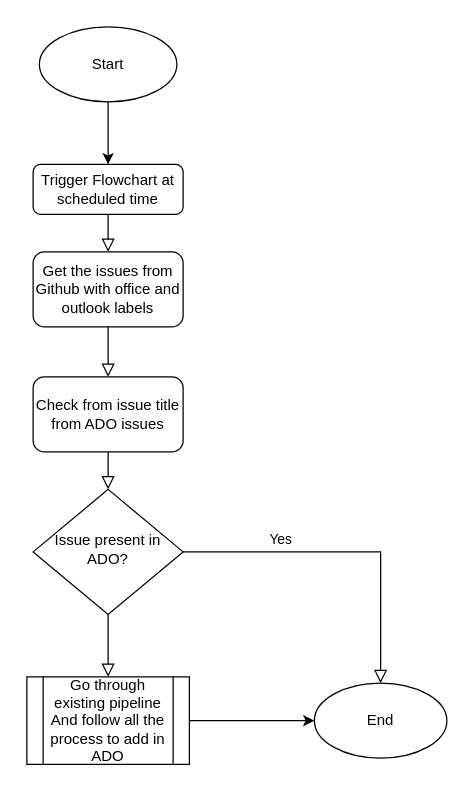
The draw.io diagram Untitled Diagram.drawio in contactsmriti/extensibilityMS, before the edit. Source tidied: cells renumbered, new cells numbered last; positions are measured from the earlier drawing's top-left corner, leaving out a move shared by most shapes. Both pictures are drawn from the tidied source at 125%, with x=0, y=0 at pixel (26, 26).
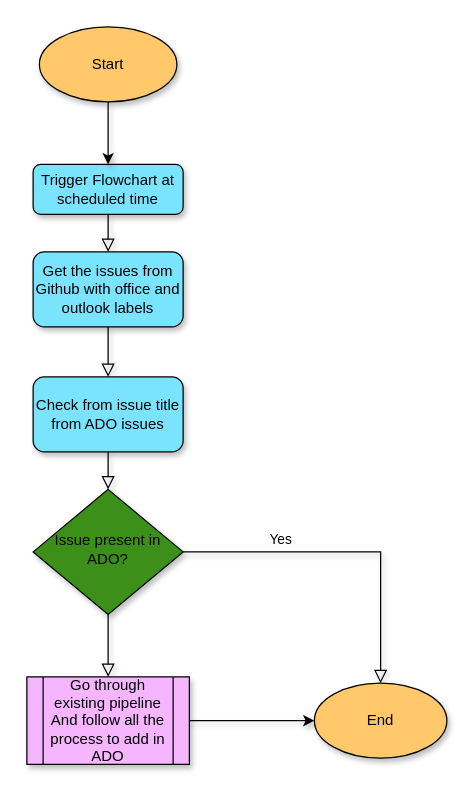
Above is the later version.

What changed in the source:
```diff
@@
 <mxGraphModel>
   <root>
     <mxCell id="0" />
     <mxCell id="1" parent="0" />
-    <mxCell id="2" style="rounded=0;html=1;jettySize=auto;fontSize=11;endArrow=block;endFill=0;endSize=8;strokeWidth=1;shadow=0;labelBackgroundColor=none;edgeStyle=orthogonalEdgeStyle;" parent="1" edge="1" source="9" target="5">
+    <mxCell id="2" style="rounded=0;html=1;jettySize=auto;fontSize=11;endArrow=block;endFill=0;endSize=8;strokeWidth=1;shadow=1;labelBackgroundColor=none;edgeStyle=orthogonalEdgeStyle;" parent="1" edge="1" source="9" target="5">
       <mxGeometry relative="1" as="geometry" />
     </mxCell>
-    <mxCell id="3" value="Trigger Flowchart at scheduled time" style="rounded=1;whiteSpace=wrap;html=1;fontSize=12;glass=0;strokeWidth=1;shadow=0;" parent="1" vertex="1">
+    <mxCell id="3" value="Trigger Flowchart at scheduled time" style="rounded=1;whiteSpace=wrap;html=1;fontSize=12;glass=0;strokeWidth=1;shadow=1;fillColor=#7AE4FF;" parent="1" vertex="1">
       <mxGeometry x="5" y="110" width="120" height="40" as="geometry" />
     </mxCell>
-    <mxCell id="4" value="Yes" style="rounded=0;html=1;jettySize=auto;fontSize=11;endArrow=block;endFill=0;endSize=8;strokeWidth=1;shadow=0;labelBackgroundColor=none;edgeStyle=orthogonalEdgeStyle;entryX=0.5;entryY=0;entryDx=0;entryDy=0;" parent="1" edge="1" source="5" target="10">
+    <mxCell id="4" value="Yes" style="rounded=0;html=1;jettySize=auto;fontSize=11;endArrow=block;endFill=0;endSize=8;strokeWidth=1;shadow=1;labelBackgroundColor=none;edgeStyle=orthogonalEdgeStyle;entryX=0.5;entryY=0;entryDx=0;entryDy=0;" parent="1" edge="1" source="5" target="10">
       <mxGeometry x="-0.41" y="10" relative="1" as="geometry" />
     </mxCell>
-    <mxCell id="5" value="Issue present in ADO?" style="rhombus;whiteSpace=wrap;html=1;shadow=0;fontFamily=Helvetica;fontSize=12;align=center;strokeWidth=1;spacing=6;spacingTop=-4;" parent="1" vertex="1">
+    <mxCell id="5" value="Issue present in ADO?" style="rhombus;whiteSpace=wrap;html=1;shadow=1;fontFamily=Helvetica;fontSize=12;align=center;strokeWidth=1;spacing=6;spacingTop=-4;fillColor=#3C8F18;" parent="1" vertex="1">
       <mxGeometry x="5" y="370" width="120" height="100" as="geometry" />
     </mxCell>
-    <mxCell id="6" style="rounded=0;html=1;jettySize=auto;fontSize=11;endArrow=block;endFill=0;endSize=8;strokeWidth=1;shadow=0;labelBackgroundColor=none;edgeStyle=orthogonalEdgeStyle;" parent="1" edge="1" source="3" target="7">
+    <mxCell id="6" style="rounded=0;html=1;jettySize=auto;fontSize=11;endArrow=block;endFill=0;endSize=8;strokeWidth=1;shadow=1;labelBackgroundColor=none;edgeStyle=orthogonalEdgeStyle;" parent="1" edge="1" source="3" target="7">
       <mxGeometry relative="1" as="geometry" />
     </mxCell>
-    <mxCell id="7" value="Get the issues from Github with office and outlook labels" style="rounded=1;whiteSpace=wrap;html=1;" parent="1" vertex="1">
+    <mxCell id="7" value="Get the issues from Github with office and outlook labels" style="rounded=1;whiteSpace=wrap;html=1;shadow=1;fillColor=#7AE4FF;" parent="1" vertex="1">
       <mxGeometry x="5" y="180" width="120" height="60" as="geometry" />
     </mxCell>
-    <mxCell id="8" style="rounded=0;html=1;jettySize=auto;fontSize=11;endArrow=block;endFill=0;endSize=8;strokeWidth=1;shadow=0;labelBackgroundColor=none;edgeStyle=orthogonalEdgeStyle;" parent="1" edge="1" source="7" target="9">
+    <mxCell id="8" style="rounded=0;html=1;jettySize=auto;fontSize=11;endArrow=block;endFill=0;endSize=8;strokeWidth=1;shadow=1;labelBackgroundColor=none;edgeStyle=orthogonalEdgeStyle;" parent="1" edge="1" source="7" target="9">
       <mxGeometry relative="1" as="geometry" />
     </mxCell>
-    <mxCell id="9" value="Check from issue title from ADO issues" style="rounded=1;whiteSpace=wrap;html=1;" parent="1" vertex="1">
+    <mxCell id="9" value="Check from issue title from ADO issues" style="rounded=1;whiteSpace=wrap;html=1;shadow=1;fillColor=#7AE4FF;" parent="1" vertex="1">
       <mxGeometry x="5" y="280" width="120" height="60" as="geometry" />
     </mxCell>
-    <mxCell id="10" value="End" style="ellipse;whiteSpace=wrap;html=1;" parent="1" vertex="1">
+    <mxCell id="10" value="End" style="ellipse;whiteSpace=wrap;html=1;shadow=1;fillColor=#FFC96B;" parent="1" vertex="1">
       <mxGeometry x="230" y="525" width="106" height="60" as="geometry" />
     </mxCell>
-    <mxCell id="11" style="edgeStyle=orthogonalEdgeStyle;rounded=0;html=1;jettySize=auto;fontSize=11;endArrow=block;endFill=0;endSize=8;strokeWidth=1;shadow=0;labelBackgroundColor=none;entryX=0.5;entryY=0;entryDx=0;entryDy=0;" parent="1" edge="1" source="5" target="13">
+    <mxCell id="11" style="edgeStyle=orthogonalEdgeStyle;rounded=0;html=1;jettySize=auto;fontSize=11;endArrow=block;endFill=0;endSize=8;strokeWidth=1;shadow=1;labelBackgroundColor=none;entryX=0.5;entryY=0;entryDx=0;entryDy=0;" parent="1" edge="1" source="5" target="13">
       <mxGeometry y="10" relative="1" as="geometry" />
     </mxCell>
-    <mxCell id="12" style="edgeStyle=orthogonalEdgeStyle;rounded=0;jettySize=auto;html=1;exitX=1;exitY=0.5;exitDx=0;exitDy=0;entryX=0;entryY=0.5;entryDx=0;entryDy=0;" parent="1" edge="1" source="13" target="10">
+    <mxCell id="12" style="edgeStyle=orthogonalEdgeStyle;rounded=0;jettySize=auto;html=1;exitX=1;exitY=0.5;exitDx=0;exitDy=0;entryX=0;entryY=0.5;entryDx=0;entryDy=0;shadow=1;" parent="1" edge="1" source="13" target="10">
       <mxGeometry relative="1" as="geometry" />
     </mxCell>
-    <mxCell id="13" value="Go through existing pipeline&lt;br&gt;And follow all the process to add in ADO" style="shape=process;whiteSpace=wrap;html=1;backgroundOutline=1;" parent="1" vertex="1">
+    <mxCell id="13" value="Go through existing pipeline&lt;br&gt;And follow all the process to add in ADO" style="shape=process;whiteSpace=wrap;html=1;backgroundOutline=1;shadow=1;fillColor=#F5B5FF;" parent="1" vertex="1">
       <mxGeometry y="520" width="130" height="70" as="geometry" />
     </mxCell>
-    <mxCell id="14" style="edgeStyle=orthogonalEdgeStyle;rounded=0;jettySize=auto;html=1;" parent="1" edge="1" source="15" target="3">
+    <mxCell id="14" style="edgeStyle=orthogonalEdgeStyle;rounded=0;jettySize=auto;html=1;shadow=1;" parent="1" edge="1" source="15" target="3">
       <mxGeometry relative="1" as="geometry" />
     </mxCell>
-    <mxCell id="15" value="Start" style="ellipse;whiteSpace=wrap;html=1;" parent="1" vertex="1">
+    <mxCell id="15" value="Start" style="ellipse;whiteSpace=wrap;html=1;shadow=1;fillColor=#FFC96B;" parent="1" vertex="1">
       <mxGeometry x="10" width="110" height="60" as="geometry" />
     </mxCell>
   </root>
 </mxGraphModel>
```
